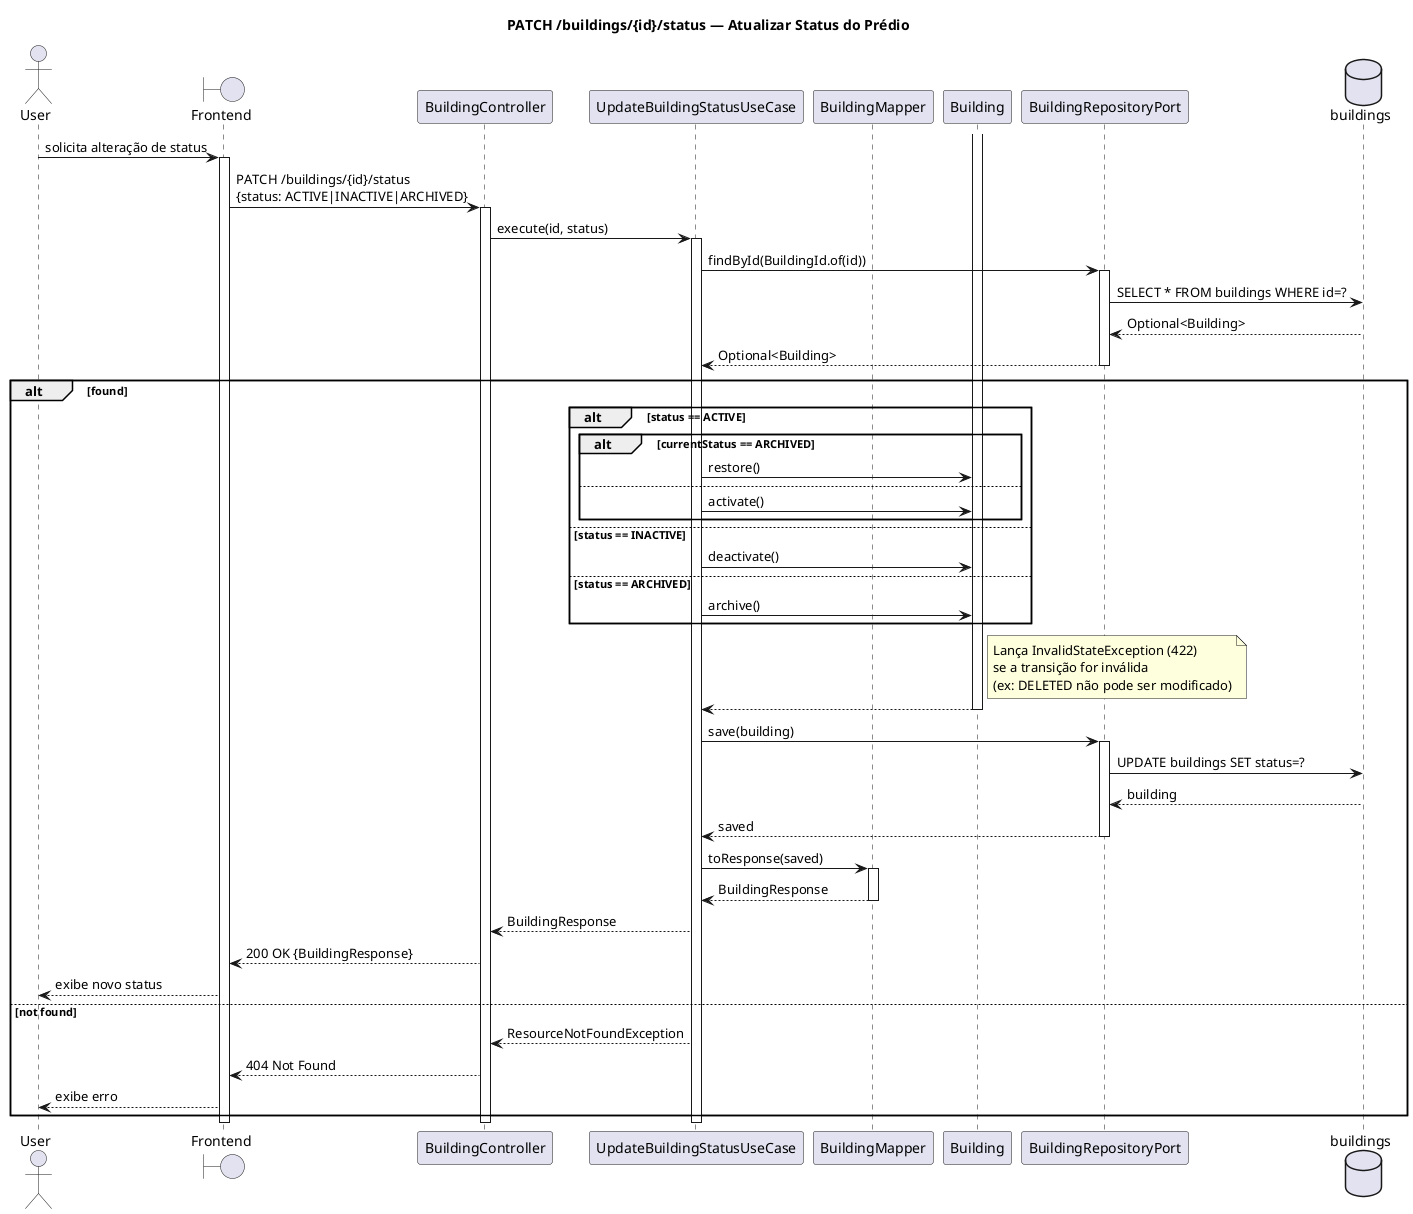
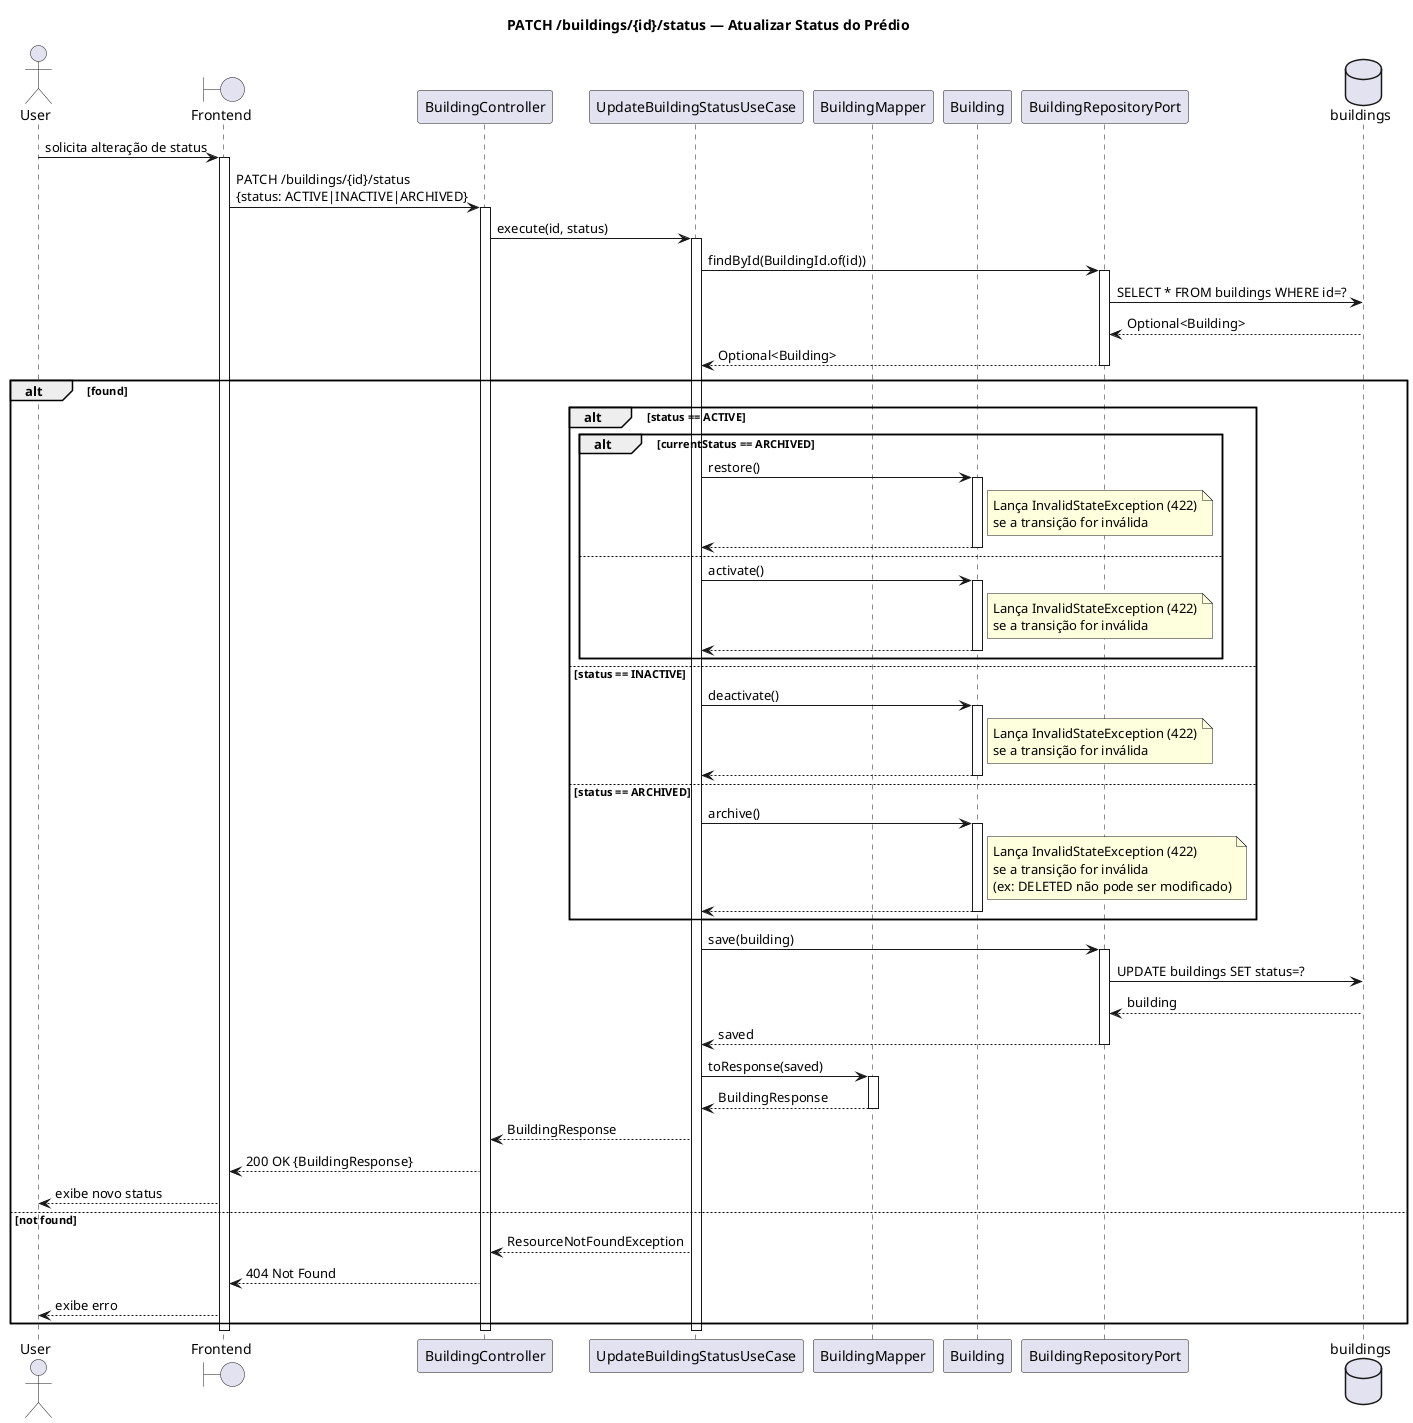
@startuml update_building_status

title PATCH /buildings/{id}/status — Atualizar Status do Prédio

actor User
boundary "Frontend" as FE
participant "BuildingController" as Ctrl
participant "UpdateBuildingStatusUseCase" as UC
participant "BuildingMapper" as Mapper
participant "Building" as Entity
participant "BuildingRepositoryPort" as Repo
database "buildings" as DB

User -> FE: solicita alteração de status
activate FE
FE -> Ctrl: PATCH /buildings/{id}/status\n{status: ACTIVE|INACTIVE|ARCHIVED}
activate Ctrl

Ctrl -> UC: execute(id, status)
activate UC

UC -> Repo: findById(BuildingId.of(id))
activate Repo
Repo -> DB: SELECT * FROM buildings WHERE id=?
DB --> Repo: Optional<Building>
Repo --> UC: Optional<Building>
deactivate Repo

alt found

  alt status == ACTIVE
    alt currentStatus == ARCHIVED
      UC -> Entity: restore()
+       activate Entity
+       note right of Entity: Lança InvalidStateException (422)\nse a transição for inválida
+       Entity --> UC:
+       deactivate Entity
    else
      UC -> Entity: activate()
+       activate Entity
+       note right of Entity: Lança InvalidStateException (422)\nse a transição for inválida
+       Entity --> UC:
+       deactivate Entity
    end
  else status == INACTIVE
    UC -> Entity: deactivate()
+     activate Entity
+     note right of Entity: Lança InvalidStateException (422)\nse a transição for inválida
+     Entity --> UC:
+     deactivate Entity
  else status == ARCHIVED
    UC -> Entity: archive()
+     activate Entity
+     note right of Entity: Lança InvalidStateException (422)\nse a transição for inválida\n(ex: DELETED não pode ser modificado)
+     Entity --> UC:
+     deactivate Entity
  end
- 
-   activate Entity
-   note right of Entity: Lança InvalidStateException (422)\nse a transição for inválida\n(ex: DELETED não pode ser modificado)
-   Entity --> UC:
-   deactivate Entity

  UC -> Repo: save(building)
  activate Repo
  Repo -> DB: UPDATE buildings SET status=?
  DB --> Repo: building
  Repo --> UC: saved
  deactivate Repo

  UC -> Mapper: toResponse(saved)
  activate Mapper
  Mapper --> UC: BuildingResponse
  deactivate Mapper

  UC --> Ctrl: BuildingResponse
  Ctrl --> FE: 200 OK {BuildingResponse}
  FE --> User: exibe novo status
else not found
  UC --> Ctrl: ResourceNotFoundException
  Ctrl --> FE: 404 Not Found
  FE --> User: exibe erro
end

deactivate UC
deactivate Ctrl
deactivate FE

@enduml
